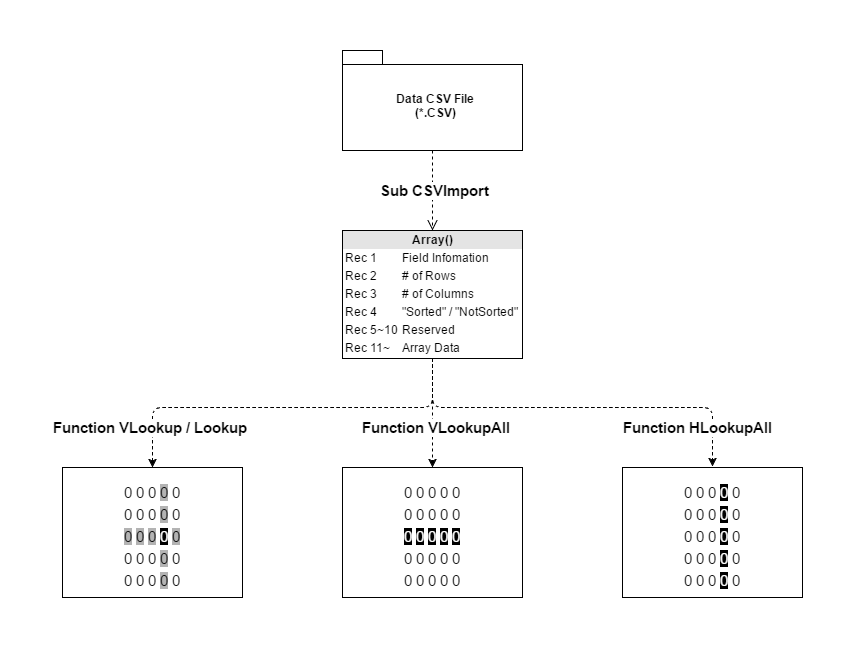
The draw.io diagram CSVAccess.png in MillimanKorea/CSVAccess, before a commit. Source tidied: cells renumbered, new cells last; positions are measured from the earlier drawing's top-left corner, leaving out a move shared by most shapes.
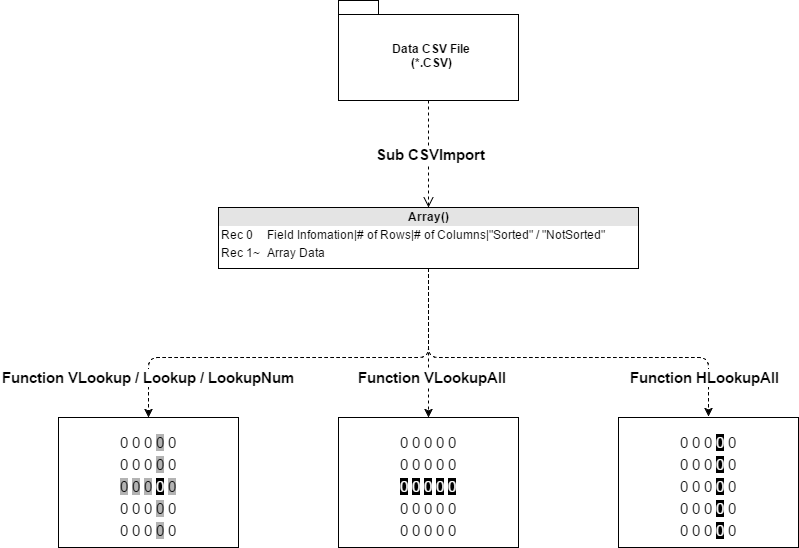
After the change.

Commit message:
CSVImport 로직 변경에 따른 업데이트

What changed in the source:
```diff
@@ -5,8 +5,8 @@
     <mxCell id="2" value="Data CSV File&lt;div&gt;(*.CSV)&lt;/div&gt;" style="shape=folder;fontStyle=1;spacingTop=10;tabWidth=40;tabHeight=14;tabPosition=left;html=1;strokeWidth=1;" parent="1" vertex="1">
       <mxGeometry x="280" width="180" height="100" as="geometry" />
     </mxCell>
-    <mxCell id="3" value="&lt;b&gt;Function VLookup / Lookup&lt;/b&gt;" style="edgeStyle=orthogonalEdgeStyle;rounded=1;comic=0;html=1;exitX=0.5;exitY=1;shadow=0;startArrow=none;startFill=0;jettySize=auto;strokeColor=#000000;fontSize=15;align=right;dashed=1;" parent="1" edge="1" source="5">
-      <mxGeometry x="0.23" y="20" relative="1" as="geometry">
+    <mxCell id="3" value="&lt;b&gt;Function VLookup / Lookup / LookupNum&lt;/b&gt;" style="edgeStyle=orthogonalEdgeStyle;rounded=1;comic=0;html=1;exitX=0.5;exitY=1;shadow=0;startArrow=none;startFill=0;jettySize=auto;strokeColor=#000000;fontSize=15;align=right;dashed=1;" parent="1" edge="1" source="5">
+      <mxGeometry x="0.07" y="20" relative="1" as="geometry">
         <mxPoint x="90" y="417" as="targetPoint" />
         <Array as="points">
           <mxPoint x="370" y="357" />
@@ -15,7 +15,7 @@
       </mxGeometry>
     </mxCell>
     <mxCell id="4" value="&lt;div style=&quot;text-align: center&quot;&gt;&lt;b style=&quot;font-family: &amp;#34;helvetica&amp;#34;&quot;&gt;Function HLookupAll&lt;/b&gt;&lt;/div&gt;" style="edgeStyle=orthogonalEdgeStyle;rounded=1;comic=0;html=1;exitX=0.5;exitY=1;shadow=0;startArrow=none;startFill=0;jettySize=auto;strokeColor=#000000;fontSize=15;align=left;dashed=1;" parent="1" edge="1" source="5">
-      <mxGeometry x="0.23" y="-20" relative="1" as="geometry">
+      <mxGeometry x="0.35" y="-20" relative="1" as="geometry">
         <mxPoint x="650" y="416" as="targetPoint" />
         <Array as="points">
           <mxPoint x="370" y="357" />
@@ -23,14 +23,14 @@
         </Array>
       </mxGeometry>
     </mxCell>
-    <mxCell id="5" value="&lt;div style=&quot;text-align: center ; box-sizing: border-box ; width: 100% ; background: rgb(228 , 228 , 228) ; padding: 2px&quot;&gt;&lt;b&gt;Array()&lt;/b&gt;&lt;/div&gt;&lt;table style=&quot;width: 100% ; font-size: 1em&quot; cellpadding=&quot;2&quot; cellspacing=&quot;0&quot;&gt;&lt;tbody&gt;&lt;tr&gt;&lt;td&gt;Rec 1&lt;/td&gt;&lt;td&gt;Field Infomation&lt;/td&gt;&lt;/tr&gt;&lt;tr&gt;&lt;td&gt;Rec 2&lt;/td&gt;&lt;td&gt;# of Rows&lt;/td&gt;&lt;/tr&gt;&lt;tr&gt;&lt;td&gt;Rec 3&lt;/td&gt;&lt;td&gt;# of Columns&lt;/td&gt;&lt;/tr&gt;&lt;tr&gt;&lt;td&gt;Rec 4&lt;/td&gt;&lt;td&gt;&quot;Sorted&quot; / &quot;NotSorted&quot;&lt;/td&gt;&lt;/tr&gt;&lt;tr&gt;&lt;td&gt;Rec 5~10&lt;/td&gt;&lt;td&gt;Reserved&lt;/td&gt;&lt;/tr&gt;&lt;tr&gt;&lt;td&gt;Rec 11~&lt;/td&gt;&lt;td&gt;Array Data&lt;/td&gt;&lt;/tr&gt;&lt;/tbody&gt;&lt;/table&gt;" style="verticalAlign=top;align=left;overflow=fill;html=1;strokeWidth=1;" parent="1" vertex="1">
-      <mxGeometry x="280" y="180" width="180" height="128" as="geometry" />
+    <mxCell id="5" value="&lt;div style=&quot;text-align: center ; box-sizing: border-box ; width: 100% ; background: rgb(228 , 228 , 228) ; padding: 2px&quot;&gt;&lt;b&gt;Array()&lt;/b&gt;&lt;/div&gt;&lt;table style=&quot;width: 100% ; font-size: 1em&quot; cellpadding=&quot;2&quot; cellspacing=&quot;0&quot;&gt;&lt;tbody&gt;&lt;tr&gt;&lt;td&gt;Rec 0&lt;/td&gt;&lt;td&gt;Field Infomation|# of Rows|# of Columns|&quot;Sorted&quot; / &quot;NotSorted&quot;&lt;/td&gt;&lt;/tr&gt;&lt;tr&gt;&lt;td&gt;Rec 1~&lt;/td&gt;&lt;td&gt;Array Data&lt;/td&gt;&lt;/tr&gt;&lt;/tbody&gt;&lt;/table&gt;" style="verticalAlign=top;align=left;overflow=fill;html=1;strokeWidth=1;" parent="1" vertex="1">
+      <mxGeometry x="160" y="207" width="420" height="61" as="geometry" />
     </mxCell>
     <mxCell id="6" value="Sub CSVImport" style="verticalAlign=middle;endArrow=open;dashed=1;endSize=8;exitX=0.5;exitY=1;entryX=0.5;entryY=0;shadow=0;comic=0;labelBorderColor=none;spacingTop=0;fontSize=15;spacing=2;spacingRight=0;rounded=1;strokeColor=#000000;html=1;fontStyle=1;spacingLeft=0;horizontal=1;" parent="1" edge="1" source="2" target="5">
       <mxGeometry relative="1" as="geometry" />
     </mxCell>
     <mxCell id="7" value="&lt;b&gt;Function VLookupAll&lt;/b&gt;" style="edgeStyle=orthogonalEdgeStyle;rounded=1;comic=0;html=1;exitX=0.5;exitY=1;shadow=0;startArrow=none;startFill=0;jettySize=auto;strokeColor=#000000;fontSize=15;dashed=1;" parent="1" edge="1" source="5">
-      <mxGeometry x="0.27" relative="1" as="geometry">
+      <mxGeometry x="0.46" relative="1" as="geometry">
         <mxPoint x="370" y="417" as="targetPoint" />
       </mxGeometry>
     </mxCell>
```
